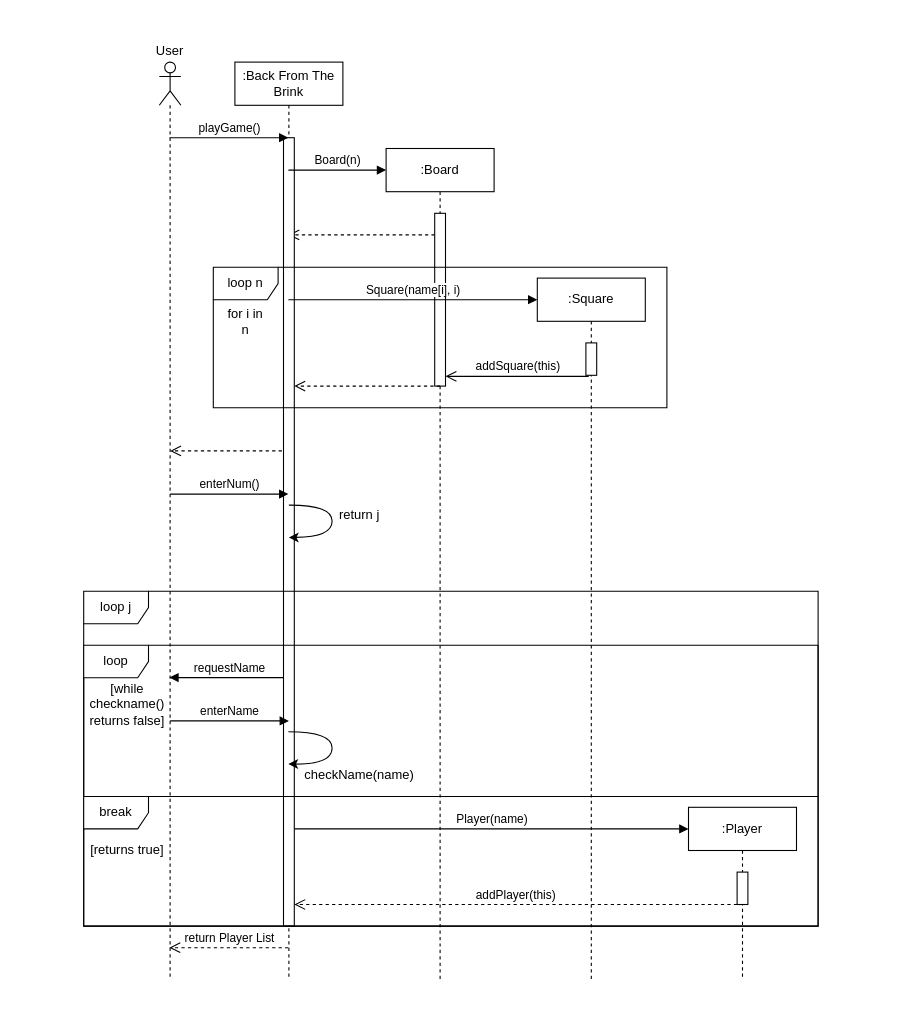
The draw.io diagram Start Game SD (draft).drawio in cmcgarry5/csc2058-2021-g25, before the edit. Source tidied: cells renumbered, new cells numbered last; positions are measured from the earlier drawing's top-left corner, leaving out a move shared by most shapes. Both pictures are drawn from the tidied source at 108%, with x=0, y=0 at pixel (78, 40).
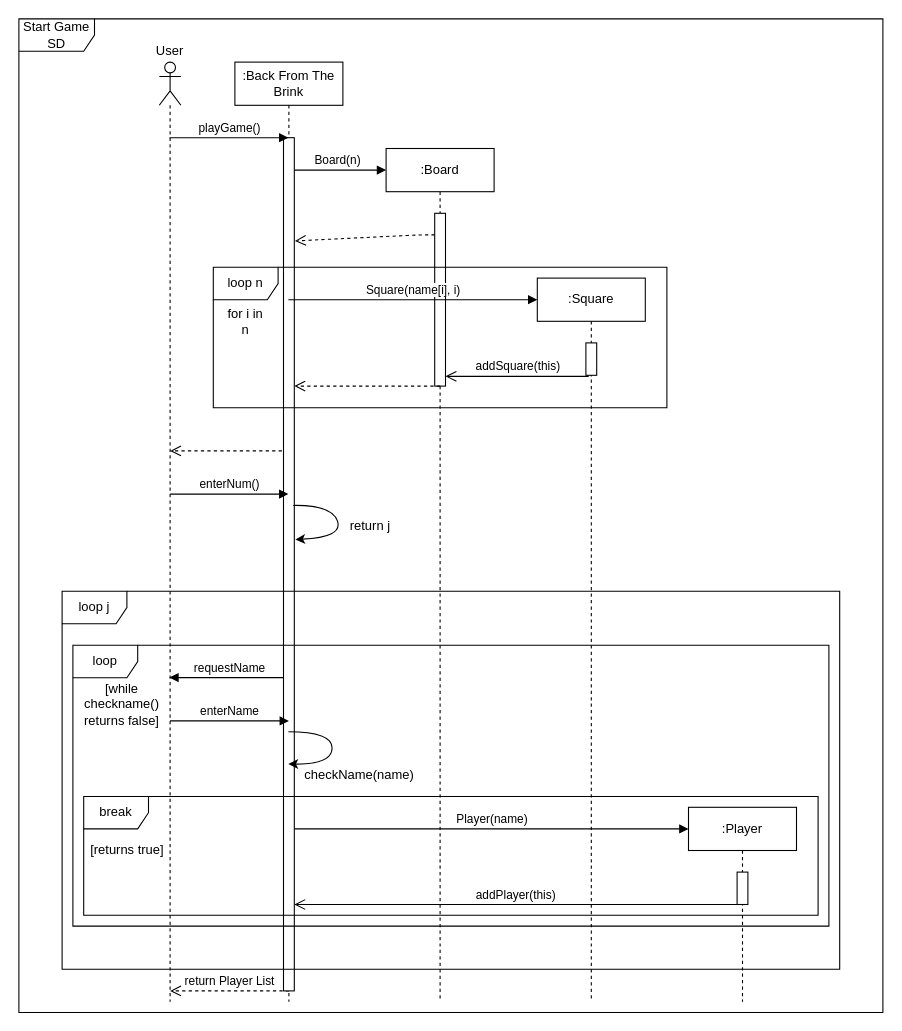
The same diagram, later.

The change refers to these unchanged cells:
```xml
<mxCell id="11" style="html=1;points=[];perimeter=orthogonalPerimeter;" parent="10" vertex="1">
  <mxGeometry x="45" y="60" width="10" height="160" as="geometry" />
</mxCell>
```

Diff of the diagram source:
```diff
@@
+    <mxCell id="14" value="Board(n)" style="html=1;verticalAlign=bottom;endArrow=block;" parent="1" edge="1" source="7">
+      <mxGeometry relative="1" as="geometry">
+        <mxPoint x="285" y="120" as="targetPoint" />
+        <Array as="points">
+          <mxPoint x="265" y="120" />
+        </Array>
+      </mxGeometry>
+    </mxCell>
@@
     <mxCell id="3" value="return Player List" style="html=1;verticalAlign=bottom;endArrow=open;dashed=1;endSize=8;" parent="1" edge="1">
       <mxGeometry relative="1" as="geometry">
-        <mxPoint x="194.5" y="840" as="sourcePoint" />
-        <mxPoint x="84.3" y="840" as="targetPoint" />
+        <mxPoint x="195.2" y="880" as="sourcePoint" />
+        <mxPoint x="85" y="880" as="targetPoint" />
         <Array as="points">
-          <mxPoint x="165" y="840" />
+          <mxPoint x="165.7" y="880" />
         </Array>
       </mxGeometry>
     </mxCell>
@@
-    <mxCell id="5" style="html=1;verticalAlign=bottom;endArrow=open;dashed=1;endSize=8;" parent="1" edge="1" source="11" target="7">
+    <mxCell id="5" style="html=1;verticalAlign=bottom;endArrow=open;dashed=1;endSize=8;entryX=1.06;entryY=0.121;entryDx=0;entryDy=0;entryPerimeter=0;" parent="1" edge="1" source="11" target="8">
       <mxGeometry relative="1" as="geometry">
         <Array as="points">
           <mxPoint x="315" y="180" />
         </Array>
       </mxGeometry>
     </mxCell>
     <mxCell id="6" style="shape=umlLifeline;participant=umlActor;perimeter=lifelinePerimeter;whiteSpace=wrap;html=1;verticalAlign=top;spacingTop=36;outlineConnect=0;" parent="1" vertex="1">
-      <mxGeometry x="75" y="20" width="20" height="850" as="geometry" />
+      <mxGeometry x="75" y="20" width="20" height="870" as="geometry" />
     </mxCell>
     <mxCell id="7" value=":Back From The Brink" style="shape=umlLifeline;perimeter=lifelinePerimeter;whiteSpace=wrap;html=1;outlineConnect=0;" parent="1" vertex="1">
-      <mxGeometry x="145" y="20" width="100" height="850" as="geometry" />
+      <mxGeometry x="145" y="20" width="100" height="870" as="geometry" />
     </mxCell>
     <mxCell id="8" style="html=1;points=[];perimeter=orthogonalPerimeter;" parent="7" vertex="1">
-      <mxGeometry x="45" y="70" width="10" height="730" as="geometry" />
+      <mxGeometry x="45" y="70" width="10" height="790" as="geometry" />
     </mxCell>
-    <mxCell id="9" style="curved=1;endArrow=classic;html=1;entryX=0.5;entryY=0.507;entryDx=0;entryDy=0;entryPerimeter=0;exitX=0.5;exitY=0.466;exitDx=0;exitDy=0;exitPerimeter=0;" parent="7" edge="1" source="8" target="8">
+    <mxCell id="9" style="curved=1;endArrow=classic;html=1;exitX=0.9;exitY=0.431;exitDx=0;exitDy=0;exitPerimeter=0;" parent="7" edge="1" source="8">
       <mxGeometry relative="1" as="geometry">
+        <mxPoint x="56" y="442" as="targetPoint" />
         <Array as="points">
           <mxPoint x="90" y="410" />
-          <mxPoint x="90" y="440" />
+          <mxPoint x="100" y="440" />
         </Array>
       </mxGeometry>
     </mxCell>
     <mxCell id="10" value=":Board" style="shape=umlLifeline;perimeter=lifelinePerimeter;whiteSpace=wrap;html=1;" parent="1" vertex="1">
-      <mxGeometry x="285" y="100" width="100" height="770" as="geometry" />
+      <mxGeometry x="285" y="100" width="100" height="790" as="geometry" />
     </mxCell>
@@
-    <mxCell id="14" value="Board(n)" style="html=1;verticalAlign=bottom;endArrow=block;" parent="1" edge="1" source="7">
-      <mxGeometry relative="1" as="geometry">
-        <mxPoint x="285" y="120" as="targetPoint" />
-        <Array as="points">
-          <mxPoint x="265" y="120" />
-        </Array>
-      </mxGeometry>
-    </mxCell>
@@
     <mxCell id="17" value=":Square" style="shape=umlLifeline;perimeter=lifelinePerimeter;whiteSpace=wrap;html=1;" parent="1" vertex="1">
-      <mxGeometry x="425" y="220" width="100" height="650" as="geometry" />
+      <mxGeometry x="425" y="220" width="100" height="670" as="geometry" />
     </mxCell>
@@
     <mxCell id="23" value="return j" style="text;html=1;align=center;verticalAlign=middle;" parent="1" vertex="1">
-      <mxGeometry x="235" y="430" width="50" height="20" as="geometry" />
+      <mxGeometry x="245" y="440" width="50" height="20" as="geometry" />
     </mxCell>
@@
     <mxCell id="28" value=":Player" style="shape=umlLifeline;perimeter=lifelinePerimeter;whiteSpace=wrap;html=1;" parent="1" vertex="1">
-      <mxGeometry x="565" y="710" width="100" height="160" as="geometry" />
+      <mxGeometry x="565" y="710" width="100" height="180" as="geometry" />
     </mxCell>
@@
-    <mxCell id="30" value="addPlayer(this)" style="html=1;verticalAlign=bottom;endArrow=open;dashed=1;endSize=8;" parent="1" edge="1">
+    <mxCell id="30" value="addPlayer(this)" style="html=1;verticalAlign=bottom;endArrow=open;endSize=8;" parent="1" edge="1">
       <mxGeometry relative="1" as="geometry">
         <mxPoint x="610" y="800" as="sourcePoint" />
         <mxPoint x="200" y="800" as="targetPoint" />
       </mxGeometry>
     </mxCell>
+    <mxCell id="33" value="[while&lt;br&gt;&amp;nbsp;checkname()&amp;nbsp;&lt;br&gt;returns false]" style="text;html=1;align=center;verticalAlign=middle;" parent="1" vertex="1">
+      <mxGeometry x="-5" y="590" width="90" height="50" as="geometry" />
+    </mxCell>
+    <mxCell id="35" value="[returns true]" style="text;html=1;align=center;verticalAlign=middle;" parent="1" vertex="1">
+      <mxGeometry x="5" y="740" width="80" height="20" as="geometry" />
+    </mxCell>
+    <mxCell id="34" value="break" style="shape=umlFrame;whiteSpace=wrap;html=1;" parent="1" vertex="1">
+      <mxGeometry x="5" y="700" width="680" height="110" as="geometry" />
+    </mxCell>
+    <mxCell id="32" value="loop" style="shape=umlFrame;whiteSpace=wrap;html=1;" parent="1" vertex="1">
+      <mxGeometry x="-5" y="560" width="700" height="260" as="geometry" />
+    </mxCell>
     <mxCell id="31" value="loop j" style="shape=umlFrame;whiteSpace=wrap;html=1;" parent="1" vertex="1">
-      <mxGeometry x="5" y="510" width="680" height="310" as="geometry" />
+      <mxGeometry x="-15" y="510" width="720" height="350" as="geometry" />
     </mxCell>
-    <mxCell id="32" value="loop" style="shape=umlFrame;whiteSpace=wrap;html=1;" parent="1" vertex="1">
-      <mxGeometry x="5" y="560" width="680" height="140" as="geometry" />
-    </mxCell>
-    <mxCell id="33" value="[while&lt;br&gt;&amp;nbsp;checkname()&amp;nbsp;&lt;br&gt;returns false]" style="text;html=1;align=center;verticalAlign=middle;" parent="1" vertex="1">
-      <mxGeometry y="590" width="90" height="50" as="geometry" />
-    </mxCell>
-    <mxCell id="34" value="break" style="shape=umlFrame;whiteSpace=wrap;html=1;" parent="1" vertex="1">
-      <mxGeometry x="5" y="700" width="680" height="120" as="geometry" />
-    </mxCell>
-    <mxCell id="35" value="[returns true]" style="text;html=1;align=center;verticalAlign=middle;" parent="1" vertex="1">
-      <mxGeometry x="5" y="740" width="80" height="20" as="geometry" />
-    </mxCell>
+    <mxCell id="36" value="Start Game SD" style="shape=umlFrame;whiteSpace=wrap;html=1;width=70;height=30;" parent="1" vertex="1">
+      <mxGeometry x="-55" y="-20" width="800" height="920" as="geometry" />
+    </mxCell>
```
